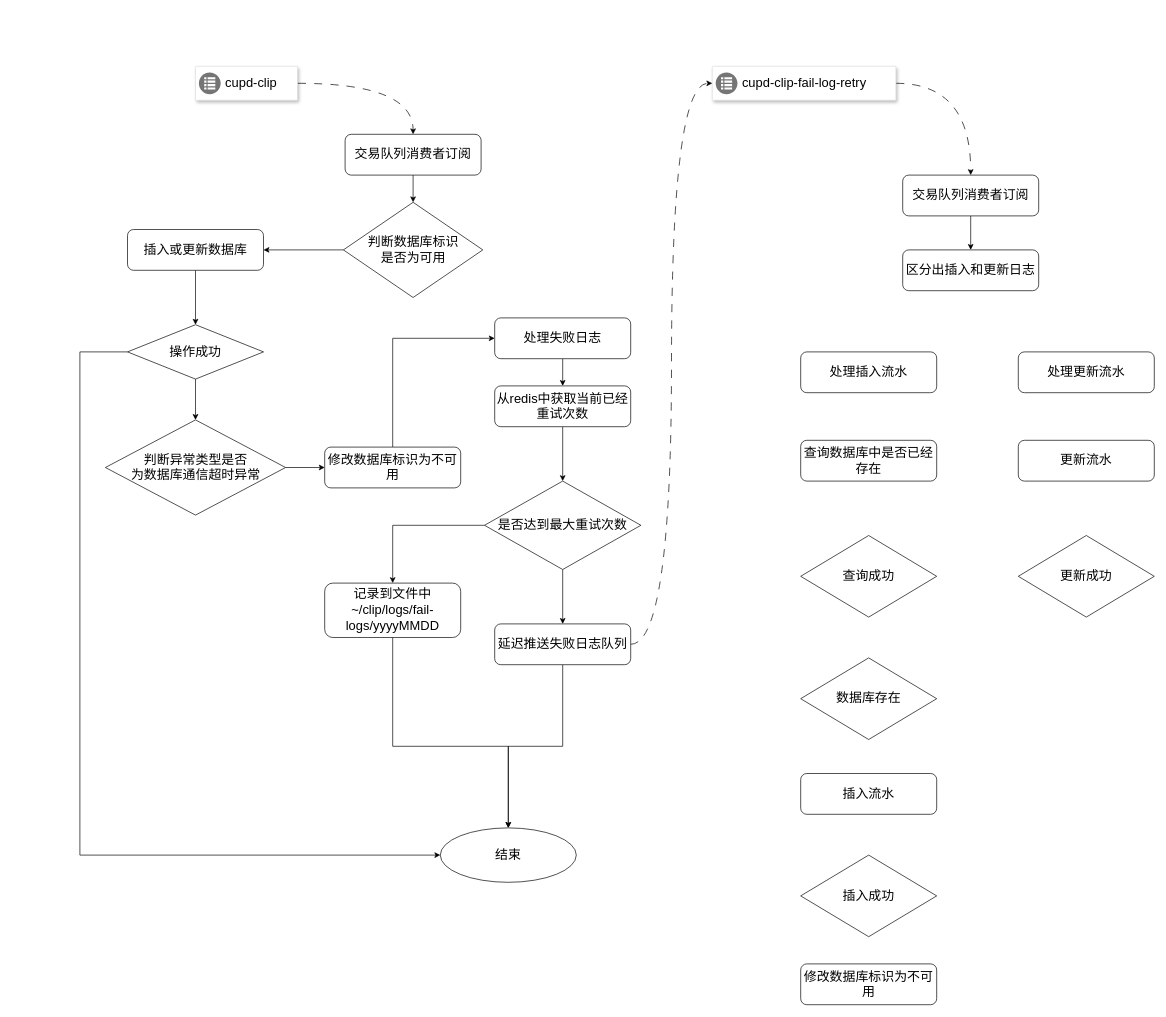
Above: 未命名绘图.drawio in wangmengjian/files (draw.io), before the change. Source tidied: cells renumbered, new cells numbered last; positions are measured from the earlier drawing's top-left corner, leaving out a move shared by most shapes. Both pictures are drawn from the tidied source at 68%, with x=0, y=0 at pixel (80, 66).
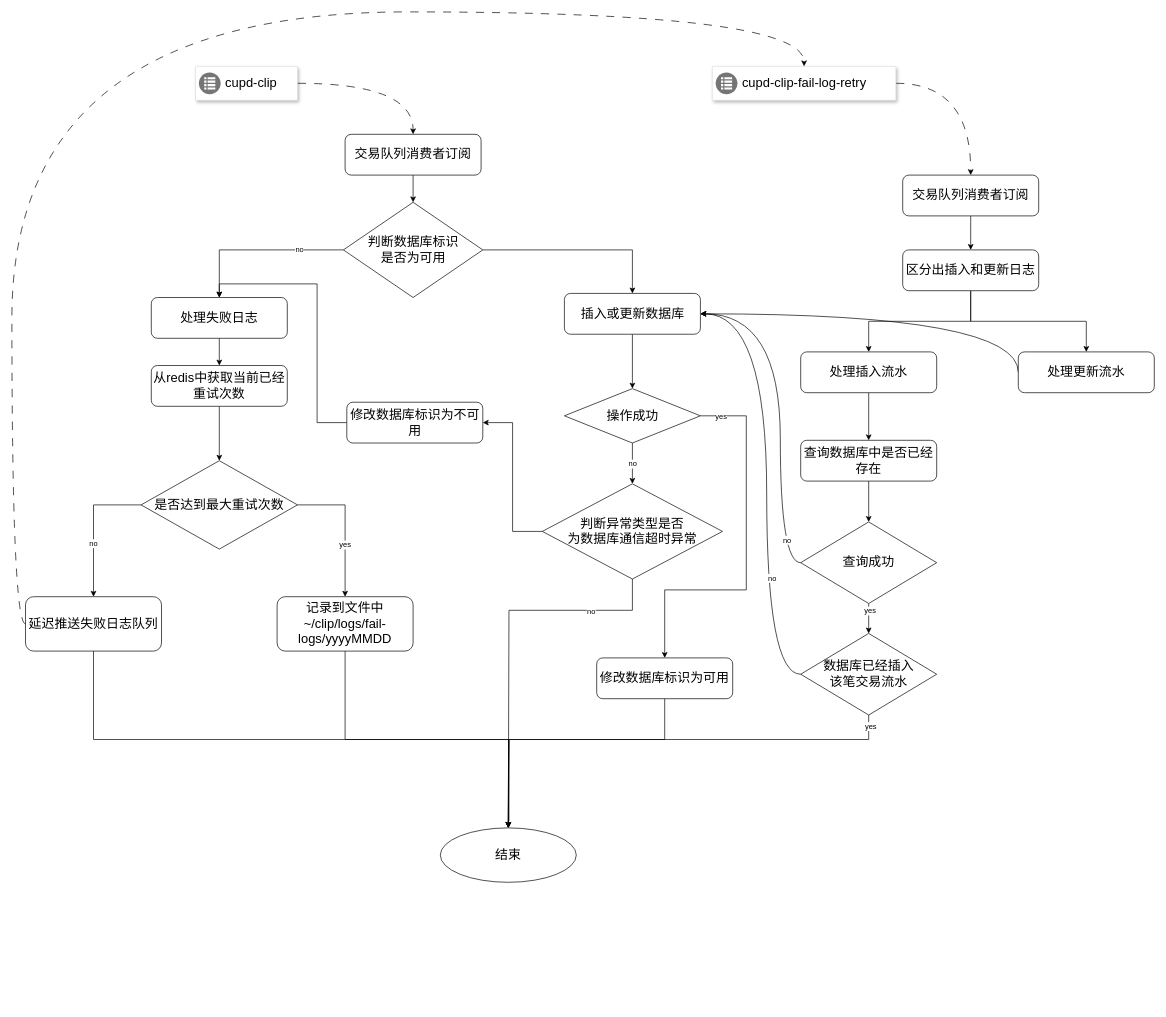
Above is the later version.

Commit message (it also covers changes not shown here):
更新未命名绘图.drawio

Unchanged cells that the change refers to:
```xml
<mxCell id="6" style="strokeColor=#dddddd;shadow=1;strokeWidth=1;rounded=1;absoluteArcSize=1;arcSize=2;fontSize=19;" parent="1" vertex="1">
  <mxGeometry x="930" width="270" height="50" as="geometry" />
</mxCell>
<mxCell id="11" value="判断数据库标识&lt;div&gt;是否为可用&lt;/div&gt;" style="rhombus;whiteSpace=wrap;html=1;fontSize=19;" parent="1" vertex="1">
  <mxGeometry x="387.5" y="200" width="205" height="140" as="geometry" />
</mxCell>
<mxCell id="14" style="edgeStyle=orthogonalEdgeStyle;rounded=0;jettySize=auto;html=1;exitX=0.5;exitY=1;exitDx=0;exitDy=0;entryX=0.5;entryY=0;entryDx=0;entryDy=0;" parent="1" edge="1" source="16" target="25">
  <mxGeometry relative="1" as="geometry" />
</mxCell>
<mxCell id="31" value="结束" style="ellipse;whiteSpace=wrap;html=1;fontSize=19;" parent="1" vertex="1">
  <mxGeometry x="530" y="1120" width="200" height="80" as="geometry" />
</mxCell>
<mxCell id="34" value="区分出插入和更新日志" style="rounded=1;whiteSpace=wrap;html=1;fontSize=19;" parent="1" vertex="1">
  <mxGeometry x="1210" y="270" width="200" height="60" as="geometry" />
</mxCell>
<mxCell id="35" value="处理插入流水" style="rounded=1;whiteSpace=wrap;html=1;fontSize=19;" parent="1" vertex="1">
  <mxGeometry x="1060" y="420" width="200" height="60" as="geometry" />
</mxCell>
<mxCell id="36" value="处理更新流水" style="rounded=1;whiteSpace=wrap;html=1;fontSize=19;" parent="1" vertex="1">
  <mxGeometry x="1380" y="420" width="200" height="60" as="geometry" />
</mxCell>
<mxCell id="37" value="查询数据库中是否已经存在" style="rounded=1;whiteSpace=wrap;html=1;fontSize=19;" parent="1" vertex="1">
  <mxGeometry x="1060" y="550" width="200" height="60" as="geometry" />
</mxCell>
```

Change to the diagram source:
```diff
@@
-    <mxCell id="10" style="edgeStyle=orthogonalEdgeStyle;rounded=0;jettySize=auto;html=1;exitX=0;exitY=0.5;exitDx=0;exitDy=0;entryX=1;entryY=0.5;entryDx=0;entryDy=0;" parent="1" edge="1" source="11" target="13">
+    <mxCell id="10" style="edgeStyle=orthogonalEdgeStyle;rounded=0;jettySize=auto;html=1;exitX=1;exitY=0.5;exitDx=0;exitDy=0;entryX=0.5;entryY=0;entryDx=0;entryDy=0;" parent="1" edge="1" source="11" target="13">
       <mxGeometry relative="1" as="geometry" />
     </mxCell>
+    <mxCell id="47" style="edgeStyle=orthogonalEdgeStyle;rounded=0;jettySize=auto;html=1;exitX=0;exitY=0.5;exitDx=0;exitDy=0;entryX=0.5;entryY=0;entryDx=0;entryDy=0;" parent="1" edge="1" source="11" target="20">
+      <mxGeometry relative="1" as="geometry" />
+    </mxCell>
+    <mxCell id="48" value="no" style="edgeLabel;html=1;align=center;verticalAlign=middle;" parent="47" vertex="1">
+      <mxGeometry x="-0.49" y="-1" relative="1" as="geometry">
+        <mxPoint x="-1" as="offset" />
+      </mxGeometry>
+    </mxCell>
@@
     <mxCell id="13" value="插入或更新数据库" style="rounded=1;whiteSpace=wrap;html=1;fontSize=19;" parent="1" vertex="1">
-      <mxGeometry x="70" y="240" width="200" height="60" as="geometry" />
+      <mxGeometry x="712.5" y="334" width="200" height="60" as="geometry" />
     </mxCell>
@@
-    <mxCell id="15" style="edgeStyle=orthogonalEdgeStyle;rounded=0;jettySize=auto;html=1;exitX=0;exitY=0.5;exitDx=0;exitDy=0;entryX=0;entryY=0.5;entryDx=0;entryDy=0;" parent="1" edge="1" source="16" target="31">
-      <mxGeometry relative="1" as="geometry">
-        <Array as="points">
-          <mxPoint y="420" />
-          <mxPoint y="1160" />
-        </Array>
-      </mxGeometry>
-    </mxCell>
+    <mxCell id="49" value="no" style="edgeLabel;html=1;align=center;verticalAlign=middle;" parent="14" vertex="1">
+      <mxGeometry x="0.25" relative="1" as="geometry">
+        <mxPoint y="-8" as="offset" />
+      </mxGeometry>
+    </mxCell>
+    <mxCell id="50" style="edgeStyle=orthogonalEdgeStyle;rounded=0;jettySize=auto;html=1;exitX=1;exitY=0.5;exitDx=0;exitDy=0;entryX=0.5;entryY=0;entryDx=0;entryDy=0;" parent="1" edge="1" source="16" target="72">
+      <mxGeometry relative="1" as="geometry">
+        <Array as="points">
+          <mxPoint x="980" y="514" />
+          <mxPoint x="980" y="770" />
+          <mxPoint x="860" y="770" />
+        </Array>
+      </mxGeometry>
+    </mxCell>
+    <mxCell id="51" value="yes" style="edgeLabel;html=1;align=center;verticalAlign=middle;" parent="50" vertex="1">
+      <mxGeometry x="-0.89" relative="1" as="geometry" />
+    </mxCell>
     <mxCell id="16" value="操作成功" style="rhombus;whiteSpace=wrap;html=1;fontSize=19;" parent="1" vertex="1">
-      <mxGeometry x="70" y="380" width="200" height="80" as="geometry" />
+      <mxGeometry x="712.5" y="474" width="200" height="80" as="geometry" />
     </mxCell>
-    <mxCell id="17" style="edgeStyle=orthogonalEdgeStyle;rounded=0;jettySize=auto;html=1;exitX=0.5;exitY=0;exitDx=0;exitDy=0;entryX=0;entryY=0.5;entryDx=0;entryDy=0;" parent="1" edge="1" source="18" target="20">
+    <mxCell id="17" style="edgeStyle=orthogonalEdgeStyle;rounded=0;jettySize=auto;html=1;exitX=0;exitY=0.5;exitDx=0;exitDy=0;entryX=0.5;entryY=0;entryDx=0;entryDy=0;" parent="1" edge="1" source="18" target="20">
       <mxGeometry relative="1" as="geometry" />
     </mxCell>
     <mxCell id="18" value="修改数据库标识为不可用" style="rounded=1;whiteSpace=wrap;html=1;fontSize=19;" parent="1" vertex="1">
-      <mxGeometry x="360" y="560" width="200" height="60" as="geometry" />
+      <mxGeometry x="392.5" y="494" width="200" height="60" as="geometry" />
     </mxCell>
@@
     <mxCell id="20" value="处理失败日志" style="rounded=1;whiteSpace=wrap;html=1;fontSize=19;" parent="1" vertex="1">
-      <mxGeometry x="610" y="370" width="200" height="60" as="geometry" />
+      <mxGeometry x="105" y="340" width="200" height="60" as="geometry" />
     </mxCell>
@@
     <mxCell id="22" value="从redis中获取当前已经重试次数" style="rounded=1;whiteSpace=wrap;html=1;fontSize=19;" parent="1" vertex="1">
-      <mxGeometry x="610" y="470" width="200" height="60" as="geometry" />
+      <mxGeometry x="105" y="440" width="200" height="60" as="geometry" />
     </mxCell>
+    <mxCell id="52" style="edgeStyle=orthogonalEdgeStyle;rounded=0;jettySize=auto;html=1;exitX=0.5;exitY=1;exitDx=0;exitDy=0;entryX=0.5;entryY=0;entryDx=0;entryDy=0;" parent="1" edge="1" source="23" target="43">
+      <mxGeometry relative="1" as="geometry" />
+    </mxCell>
+    <mxCell id="53" value="yes" style="edgeLabel;html=1;align=center;verticalAlign=middle;" parent="52" vertex="1">
+      <mxGeometry x="-0.53" y="1" relative="1" as="geometry" />
+    </mxCell>
+    <mxCell id="54" style="edgeStyle=orthogonalEdgeStyle;rounded=0;jettySize=auto;html=1;exitX=0;exitY=0.5;exitDx=0;exitDy=0;entryX=1;entryY=0.5;entryDx=0;entryDy=0;curved=1;" parent="1" edge="1" source="23" target="13">
+      <mxGeometry relative="1" as="geometry">
+        <Array as="points">
+          <mxPoint x="1030" y="730" />
+          <mxPoint x="1030" y="364" />
+        </Array>
+      </mxGeometry>
+    </mxCell>
+    <mxCell id="55" value="no" style="edgeLabel;html=1;align=center;verticalAlign=middle;" parent="54" vertex="1">
+      <mxGeometry x="-0.75" y="-9" relative="1" as="geometry" />
+    </mxCell>
     <mxCell id="23" value="查询成功" style="rhombus;whiteSpace=wrap;html=1;fontSize=19;" parent="1" vertex="1">
-      <mxGeometry x="1060" y="690" width="200" height="120" as="geometry" />
+      <mxGeometry x="1060" y="670" width="200" height="120" as="geometry" />
     </mxCell>
-    <mxCell id="24" style="edgeStyle=orthogonalEdgeStyle;rounded=0;jettySize=auto;html=1;exitX=1;exitY=0.5;exitDx=0;exitDy=0;entryX=0;entryY=0.5;entryDx=0;entryDy=0;" parent="1" edge="1" source="25" target="18">
+    <mxCell id="24" style="edgeStyle=orthogonalEdgeStyle;rounded=0;jettySize=auto;html=1;exitX=0;exitY=0.5;exitDx=0;exitDy=0;entryX=1;entryY=0.5;entryDx=0;entryDy=0;" parent="1" edge="1" source="25" target="18">
       <mxGeometry relative="1" as="geometry" />
     </mxCell>
+    <mxCell id="56" style="edgeStyle=orthogonalEdgeStyle;rounded=0;jettySize=auto;html=1;exitX=0.5;exitY=1;exitDx=0;exitDy=0;" parent="1" edge="1" source="25">
+      <mxGeometry relative="1" as="geometry">
+        <mxPoint x="630" y="1120" as="targetPoint" />
+        <Array as="points">
+          <mxPoint x="813" y="800" />
+          <mxPoint x="631" y="800" />
+          <mxPoint x="631" y="1120" />
+        </Array>
+      </mxGeometry>
+    </mxCell>
+    <mxCell id="57" value="no" style="edgeLabel;html=1;align=center;verticalAlign=middle;" parent="56" vertex="1">
+      <mxGeometry x="-0.61" y="1" relative="1" as="geometry" />
+    </mxCell>
     <mxCell id="25" value="判断异常类型是否&lt;div&gt;&lt;span style=&quot;background-color: initial;&quot;&gt;为数据库通信超时异常&lt;/span&gt;&lt;/div&gt;" style="rhombus;whiteSpace=wrap;html=1;fontSize=19;" parent="1" vertex="1">
-      <mxGeometry x="37.5" y="520" width="265" height="140" as="geometry" />
+      <mxGeometry x="680" y="614" width="265" height="140" as="geometry" />
     </mxCell>
-    <mxCell id="26" style="edgeStyle=orthogonalEdgeStyle;rounded=0;jettySize=auto;html=1;exitX=0.5;exitY=1;exitDx=0;exitDy=0;entryX=0.5;entryY=0;entryDx=0;entryDy=0;" parent="1" edge="1" source="27" target="31">
-      <mxGeometry relative="1" as="geometry">
-        <Array as="points">
-          <mxPoint x="460" y="1000" />
-          <mxPoint x="630" y="1000" />
-        </Array>
-      </mxGeometry>
-    </mxCell>
+    <mxCell id="58" style="edgeStyle=orthogonalEdgeStyle;rounded=0;jettySize=auto;html=1;exitX=0.5;exitY=1;exitDx=0;exitDy=0;" parent="1" edge="1" source="27">
+      <mxGeometry relative="1" as="geometry">
+        <mxPoint x="630" y="1120" as="targetPoint" />
+      </mxGeometry>
+    </mxCell>
     <mxCell id="27" value="记录到文件中~/clip/logs/fail-logs/yyyyMMDD" style="rounded=1;whiteSpace=wrap;html=1;fontSize=19;" parent="1" vertex="1">
-      <mxGeometry x="360" y="760" width="200" height="80" as="geometry" />
+      <mxGeometry x="290" y="780" width="200" height="80" as="geometry" />
     </mxCell>
-    <mxCell id="28" style="edgeStyle=orthogonalEdgeStyle;rounded=0;jettySize=auto;html=1;exitX=0.5;exitY=1;exitDx=0;exitDy=0;entryX=0.5;entryY=0;entryDx=0;entryDy=0;" parent="1" edge="1" source="30" target="31">
-      <mxGeometry relative="1" as="geometry" />
-    </mxCell>
+    <mxCell id="59" style="edgeStyle=orthogonalEdgeStyle;rounded=0;jettySize=auto;html=1;exitX=0.5;exitY=1;exitDx=0;exitDy=0;" parent="1" edge="1" source="30">
+      <mxGeometry relative="1" as="geometry">
+        <mxPoint x="630" y="1120" as="targetPoint" />
+      </mxGeometry>
+    </mxCell>
-    <mxCell id="29" style="edgeStyle=orthogonalEdgeStyle;rounded=0;jettySize=auto;html=1;exitX=1;exitY=0.5;exitDx=0;exitDy=0;entryX=0;entryY=0.5;entryDx=0;entryDy=0;curved=1;dashed=1;dashPattern=12 12;" parent="1" edge="1" source="30" target="6">
-      <mxGeometry relative="1" as="geometry" />
+    <mxCell id="29" style="edgeStyle=orthogonalEdgeStyle;rounded=0;jettySize=auto;html=1;exitX=0;exitY=0.5;exitDx=0;exitDy=0;entryX=0.5;entryY=0;entryDx=0;entryDy=0;curved=1;dashed=1;dashPattern=12 12;" parent="1" edge="1" source="30" target="6">
+      <mxGeometry relative="1" as="geometry">
+        <Array as="points">
+          <mxPoint x="-100" y="820" />
+          <mxPoint x="-100" y="-80" />
+          <mxPoint x="1065" y="-80" />
+        </Array>
+      </mxGeometry>
     </mxCell>
     <mxCell id="30" value="延迟推送失败日志队列" style="rounded=1;whiteSpace=wrap;html=1;fontSize=19;" parent="1" vertex="1">
-      <mxGeometry x="610" y="820" width="200" height="60" as="geometry" />
+      <mxGeometry x="-80" y="780" width="200" height="80" as="geometry" />
     </mxCell>
@@
+    <mxCell id="60" style="edgeStyle=orthogonalEdgeStyle;rounded=0;jettySize=auto;html=1;exitX=0.5;exitY=1;exitDx=0;exitDy=0;entryX=0.5;entryY=0;entryDx=0;entryDy=0;" parent="1" edge="1" source="34" target="35">
+      <mxGeometry relative="1" as="geometry" />
+    </mxCell>
+    <mxCell id="61" style="edgeStyle=orthogonalEdgeStyle;rounded=0;jettySize=auto;html=1;exitX=0.5;exitY=1;exitDx=0;exitDy=0;entryX=0.5;entryY=0;entryDx=0;entryDy=0;" parent="1" edge="1" source="34" target="36">
+      <mxGeometry relative="1" as="geometry" />
+    </mxCell>
@@
+    <mxCell id="62" style="edgeStyle=orthogonalEdgeStyle;rounded=0;jettySize=auto;html=1;exitX=0.5;exitY=1;exitDx=0;exitDy=0;entryX=0.5;entryY=0;entryDx=0;entryDy=0;" parent="1" edge="1" source="35" target="37">
+      <mxGeometry relative="1" as="geometry" />
+    </mxCell>
@@
+    <mxCell id="63" style="edgeStyle=orthogonalEdgeStyle;rounded=0;jettySize=auto;html=1;exitX=0;exitY=0.5;exitDx=0;exitDy=0;entryX=1;entryY=0.5;entryDx=0;entryDy=0;curved=1;" parent="1" edge="1" source="36" target="13">
+      <mxGeometry relative="1" as="geometry">
+        <Array as="points">
+          <mxPoint x="1380" y="364" />
+        </Array>
+      </mxGeometry>
+    </mxCell>
@@
+    <mxCell id="64" style="edgeStyle=orthogonalEdgeStyle;rounded=0;jettySize=auto;html=1;exitX=0.5;exitY=1;exitDx=0;exitDy=0;entryX=0.5;entryY=0;entryDx=0;entryDy=0;" parent="1" edge="1" source="37" target="23">
+      <mxGeometry relative="1" as="geometry" />
+    </mxCell>
@@
-    <mxCell id="38" value="插入流水" style="rounded=1;whiteSpace=wrap;html=1;fontSize=19;" parent="1" vertex="1">
-      <mxGeometry x="1060" y="1040" width="200" height="60" as="geometry" />
-    </mxCell>
+    <mxCell id="40" style="edgeStyle=orthogonalEdgeStyle;rounded=0;jettySize=auto;html=1;exitX=0;exitY=0.5;exitDx=0;exitDy=0;entryX=0.5;entryY=0;entryDx=0;entryDy=0;" parent="1" edge="1" source="41" target="30">
+      <mxGeometry relative="1" as="geometry" />
+    </mxCell>
+    <mxCell id="65" value="no" style="edgeLabel;html=1;align=center;verticalAlign=middle;" parent="40" vertex="1">
+      <mxGeometry x="0.23" y="-1" relative="1" as="geometry" />
+    </mxCell>
-    <mxCell id="39" style="edgeStyle=orthogonalEdgeStyle;rounded=0;jettySize=auto;html=1;exitX=0;exitY=0.5;exitDx=0;exitDy=0;entryX=0.5;entryY=0;entryDx=0;entryDy=0;" parent="1" edge="1" source="41" target="27">
+    <mxCell id="39" style="edgeStyle=orthogonalEdgeStyle;rounded=0;jettySize=auto;html=1;exitX=1;exitY=0.5;exitDx=0;exitDy=0;" parent="1" edge="1" source="41" target="27">
       <mxGeometry relative="1" as="geometry" />
     </mxCell>
-    <mxCell id="40" style="edgeStyle=orthogonalEdgeStyle;rounded=0;jettySize=auto;html=1;exitX=0.5;exitY=1;exitDx=0;exitDy=0;entryX=0.5;entryY=0;entryDx=0;entryDy=0;" parent="1" edge="1" source="41" target="30">
-      <mxGeometry relative="1" as="geometry" />
-    </mxCell>
+    <mxCell id="66" value="yes" style="edgeLabel;html=1;align=center;verticalAlign=middle;" parent="39" vertex="1">
+      <mxGeometry x="0.03" y="-1" relative="1" as="geometry">
+        <mxPoint y="22" as="offset" />
+      </mxGeometry>
+    </mxCell>
     <mxCell id="41" value="是否达到最大重试次数" style="rhombus;whiteSpace=wrap;html=1;fontSize=19;" parent="1" vertex="1">
-      <mxGeometry x="595" y="610" width="230" height="130" as="geometry" />
+      <mxGeometry x="90" y="580" width="230" height="130" as="geometry" />
     </mxCell>
-    <mxCell id="42" value="更新成功" style="rhombus;whiteSpace=wrap;html=1;fontSize=19;" parent="1" vertex="1">
-      <mxGeometry x="1380" y="690" width="200" height="120" as="geometry" />
-    </mxCell>
+    <mxCell id="67" style="edgeStyle=orthogonalEdgeStyle;rounded=0;jettySize=auto;html=1;exitX=0.5;exitY=1;exitDx=0;exitDy=0;entryX=0.5;entryY=0;entryDx=0;entryDy=0;" parent="1" edge="1" source="43" target="31">
+      <mxGeometry relative="1" as="geometry">
+        <Array as="points">
+          <mxPoint x="1160" y="990" />
+          <mxPoint x="631" y="990" />
+          <mxPoint x="631" y="1110" />
+        </Array>
+      </mxGeometry>
+    </mxCell>
+    <mxCell id="68" value="yes" style="edgeLabel;html=1;align=center;verticalAlign=middle;" parent="67" vertex="1">
+      <mxGeometry x="-0.91" y="2" relative="1" as="geometry">
+        <mxPoint y="-15" as="offset" />
+      </mxGeometry>
+    </mxCell>
+    <mxCell id="69" style="edgeStyle=orthogonalEdgeStyle;rounded=0;jettySize=auto;html=1;exitX=0;exitY=0.5;exitDx=0;exitDy=0;entryX=1;entryY=0.5;entryDx=0;entryDy=0;curved=1;" parent="1" edge="1" source="43" target="13">
+      <mxGeometry relative="1" as="geometry">
+        <Array as="points">
+          <mxPoint x="1010" y="894" />
+          <mxPoint x="1010" y="364" />
+        </Array>
+      </mxGeometry>
+    </mxCell>
+    <mxCell id="70" value="no" style="edgeLabel;html=1;align=center;verticalAlign=middle;" parent="69" vertex="1">
+      <mxGeometry x="-0.43" y="-7" relative="1" as="geometry">
+        <mxPoint y="1" as="offset" />
+      </mxGeometry>
+    </mxCell>
-    <mxCell id="43" value="数据库存在" style="rhombus;whiteSpace=wrap;html=1;fontSize=19;" parent="1" vertex="1">
-      <mxGeometry x="1060" y="870" width="200" height="120" as="geometry" />
+    <mxCell id="43" value="数据库已经插入&lt;div&gt;该笔交易流水&lt;/div&gt;" style="rhombus;whiteSpace=wrap;html=1;fontSize=19;" parent="1" vertex="1">
+      <mxGeometry x="1060" y="834" width="200" height="120" as="geometry" />
     </mxCell>
-    <mxCell id="44" value="更新流水" style="rounded=1;whiteSpace=wrap;html=1;fontSize=19;" parent="1" vertex="1">
-      <mxGeometry x="1380" y="550" width="200" height="60" as="geometry" />
-    </mxCell>
-    <mxCell id="45" value="插入成功" style="rhombus;whiteSpace=wrap;html=1;fontSize=19;" parent="1" vertex="1">
-      <mxGeometry x="1060" y="1160" width="200" height="120" as="geometry" />
-    </mxCell>
-    <mxCell id="46" value="修改数据库标识为不可用" style="rounded=1;whiteSpace=wrap;html=1;fontSize=19;" parent="1" vertex="1">
-      <mxGeometry x="1060" y="1320" width="200" height="60" as="geometry" />
-    </mxCell>
+    <mxCell id="71" style="edgeStyle=orthogonalEdgeStyle;rounded=0;jettySize=auto;html=1;exitX=0.5;exitY=1;exitDx=0;exitDy=0;" parent="1" edge="1" source="72">
+      <mxGeometry relative="1" as="geometry">
+        <mxPoint x="630" y="1120" as="targetPoint" />
+        <Array as="points">
+          <mxPoint x="860" y="990" />
+          <mxPoint x="631" y="990" />
+          <mxPoint x="631" y="1120" />
+        </Array>
+      </mxGeometry>
+    </mxCell>
+    <mxCell id="72" value="修改数据库标识为可用" style="rounded=1;whiteSpace=wrap;html=1;fontSize=19;" parent="1" vertex="1">
+      <mxGeometry x="760" y="870" width="200" height="60" as="geometry" />
+    </mxCell>
```
